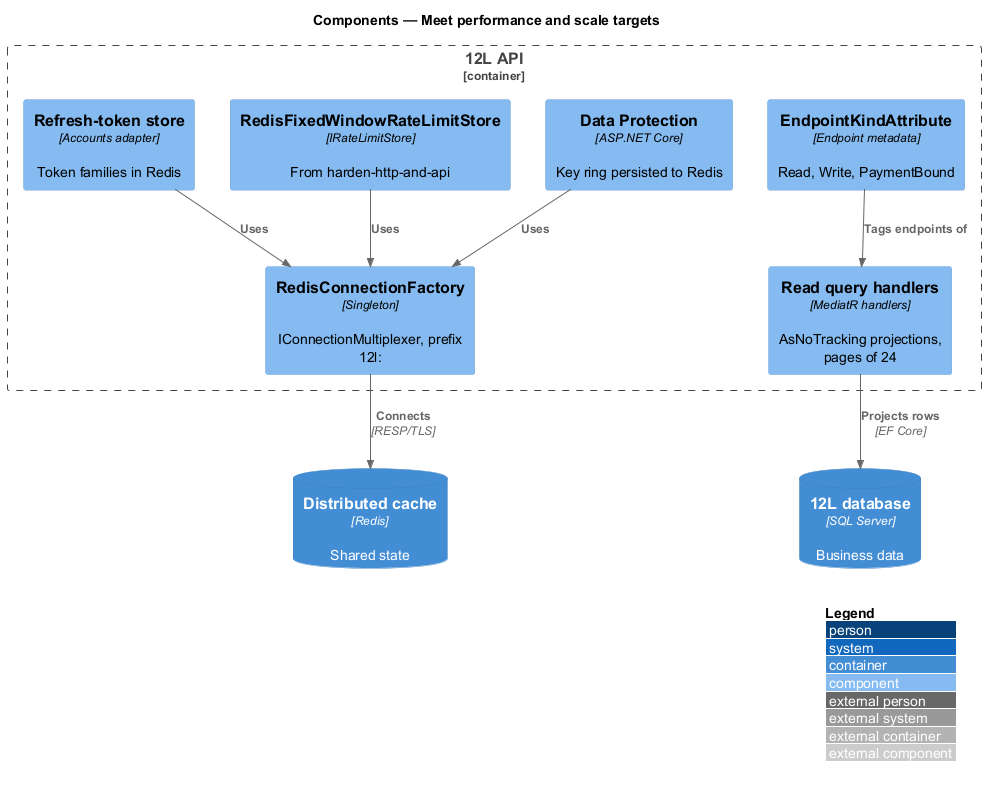
Above: docs/detailed-designs/platform/meet-performance-and-scale/diagrams/c4-component.png in QuinntyneBrown/sycapooke (PlantUML), before the change. Source of this version:
```plantuml
@startuml
!include <C4/C4_Component>
LAYOUT_WITH_LEGEND()
title Components — Meet performance and scale targets

Container_Boundary(api, "12L API") {
  Component(kind, "EndpointKindAttribute", "Endpoint metadata", "Read, Write, PaymentBound")
  Component(dp, "Data Protection", "ASP.NET Core", "Key ring persisted to Redis")
  Component(rlstore, "RedisFixedWindowRateLimitStore", "IRateLimitStore", "From harden-http-and-api")
  Component(tokens, "Refresh-token store", "Accounts adapter", "Token families in Redis")
  Component(factory, "RedisConnectionFactory", "Singleton", "IConnectionMultiplexer, prefix 12l:")
  Component(queries, "Read query handlers", "MediatR handlers", "AsNoTracking projections, pages of 24")
}
ContainerDb(cache, "Distributed cache", "Redis", "Shared state")
ContainerDb(db, "12L database", "SQL Server", "Business data")

Rel(dp, factory, "Uses")
Rel(rlstore, factory, "Uses")
Rel(tokens, factory, "Uses")
Rel(factory, cache, "Connects", "RESP/TLS")
Rel(queries, db, "Projects rows", "EF Core")
Rel(kind, queries, "Tags endpoints of")
@enduml
```
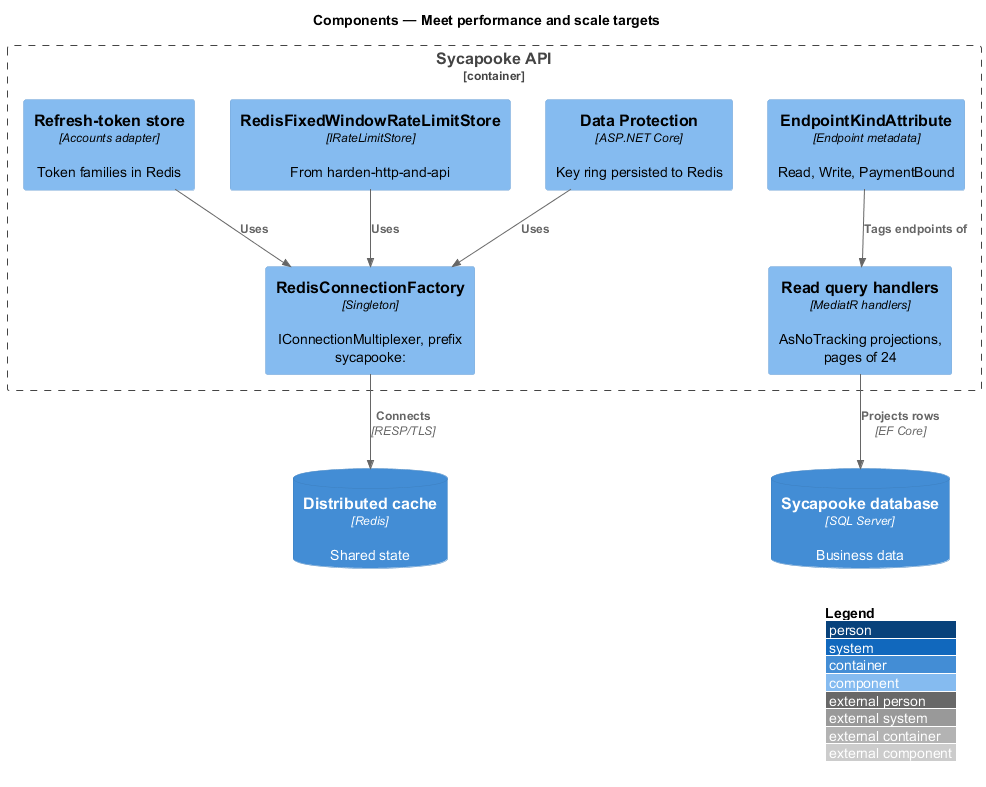
The same file after the commit.

Change to the diagram source:
```diff
@@ -3,16 +3,16 @@
 LAYOUT_WITH_LEGEND()
 title Components — Meet performance and scale targets
 
-Container_Boundary(api, "12L API") {
+Container_Boundary(api, "Sycapooke API") {
   Component(kind, "EndpointKindAttribute", "Endpoint metadata", "Read, Write, PaymentBound")
   Component(dp, "Data Protection", "ASP.NET Core", "Key ring persisted to Redis")
   Component(rlstore, "RedisFixedWindowRateLimitStore", "IRateLimitStore", "From harden-http-and-api")
   Component(tokens, "Refresh-token store", "Accounts adapter", "Token families in Redis")
-  Component(factory, "RedisConnectionFactory", "Singleton", "IConnectionMultiplexer, prefix 12l:")
+  Component(factory, "RedisConnectionFactory", "Singleton", "IConnectionMultiplexer, prefix sycapooke:")
   Component(queries, "Read query handlers", "MediatR handlers", "AsNoTracking projections, pages of 24")
 }
 ContainerDb(cache, "Distributed cache", "Redis", "Shared state")
-ContainerDb(db, "12L database", "SQL Server", "Business data")
+ContainerDb(db, "Sycapooke database", "SQL Server", "Business data")
 
 Rel(dp, factory, "Uses")
 Rel(rlstore, factory, "Uses")
```
